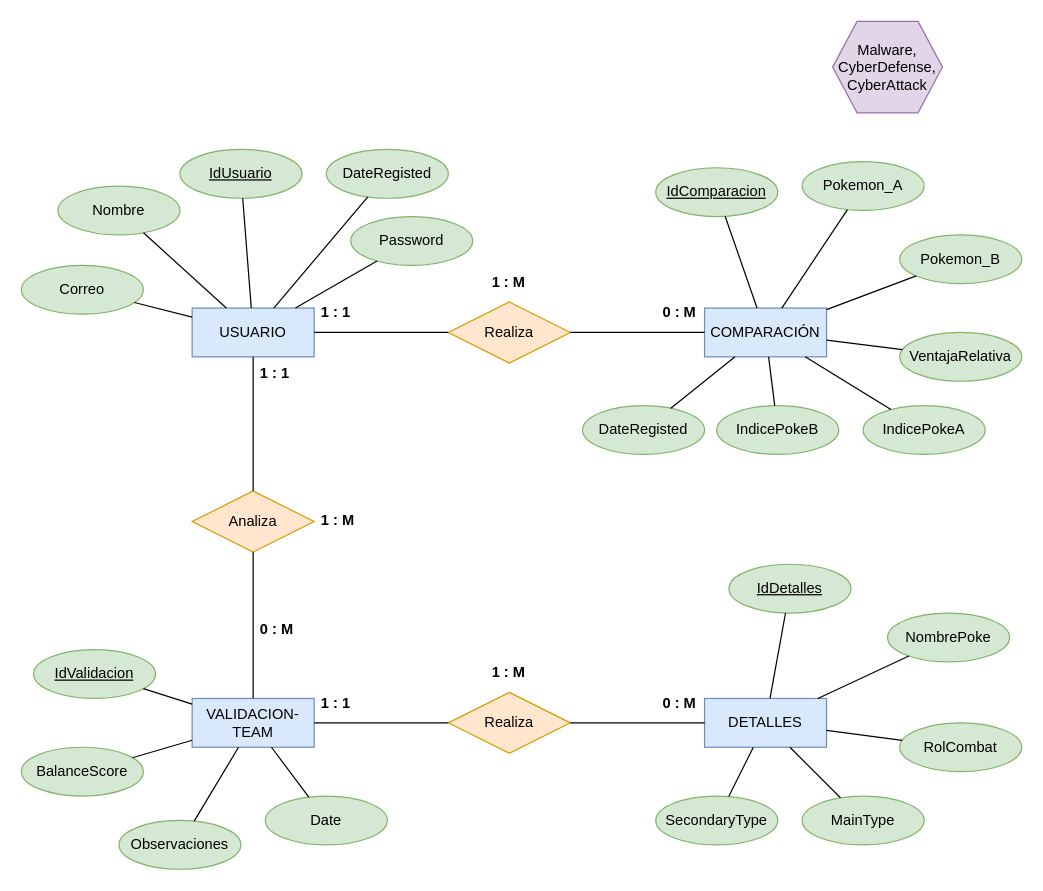
AngelDavidStudios/Diagramas_BdD_1 keeps this draw.io diagram as ERD_CoreSystem.drawio. Above is the earlier version. Source tidied: cells renumbered, new cells numbered last; positions are measured from the earlier drawing's top-left corner, leaving out a move shared by most shapes. Both pictures are drawn from the tidied source at 122%, with x=0, y=0 at pixel (21, 21).
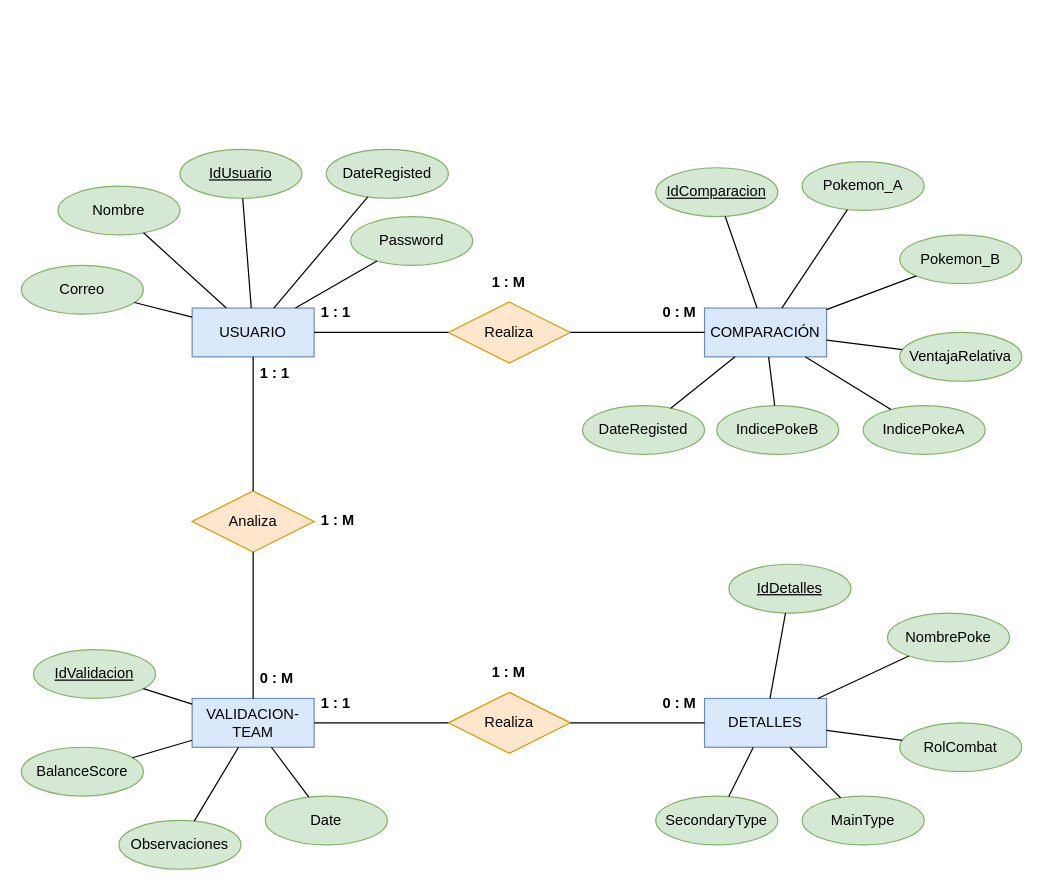
Above is the later version.

The edit, as a diff of the source:
```diff
@@
-    <mxCell id="3" value="Malware,&lt;div&gt;CyberDefense,&lt;/div&gt;&lt;div&gt;CyberAttack&lt;/div&gt;" style="shape=hexagon;perimeter=hexagonPerimeter2;whiteSpace=wrap;html=1;fixedSize=1;fillColor=#e1d5e7;strokeColor=#9673a6;" parent="1" vertex="1">
-      <mxGeometry x="665" width="90" height="75" as="geometry" />
-    </mxCell>
@@
     <mxCell id="20" value="0 : M" style="text;strokeColor=none;fillColor=none;spacingLeft=4;spacingRight=4;overflow=hidden;fontSize=12;whiteSpace=wrap;html=1;fontStyle=1;" parent="1" vertex="1">
-      <mxGeometry x="190" y="485" width="40" height="30" as="geometry" />
+      <mxGeometry x="190" y="525" width="40" height="30" as="geometry" />
     </mxCell>
```
